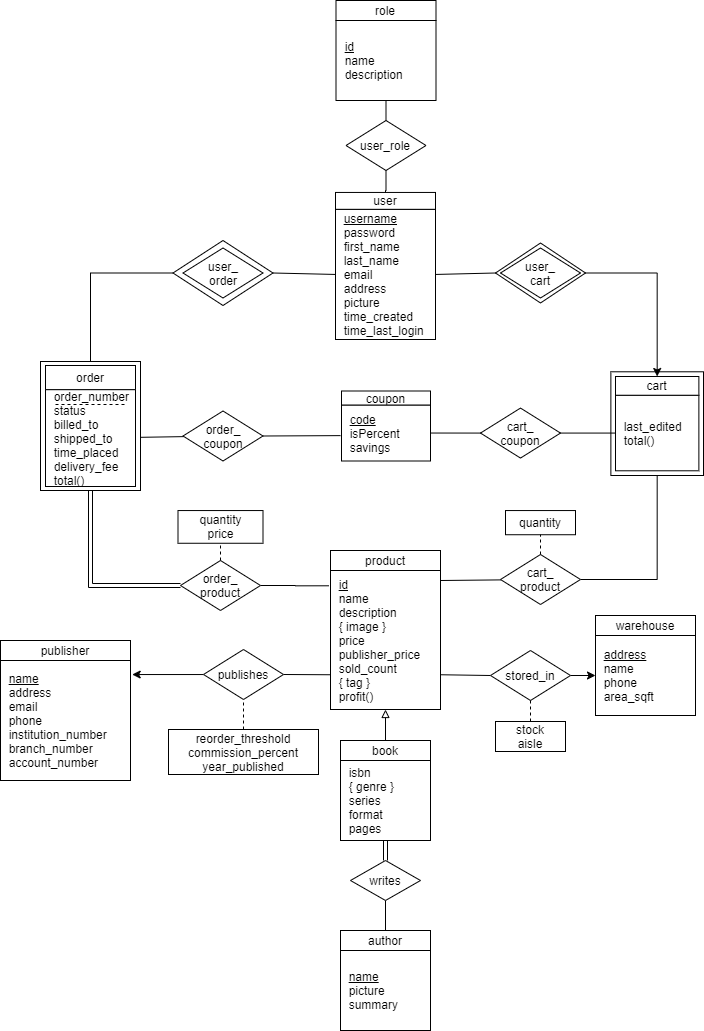
The draw.io diagram sql/images/erDiagram.png in liaocanada/online-bookstore, before a commit. Source tidied: cells renumbered, new cells last; positions are measured from the earlier drawing's top-left corner, leaving out a move shared by most shapes.
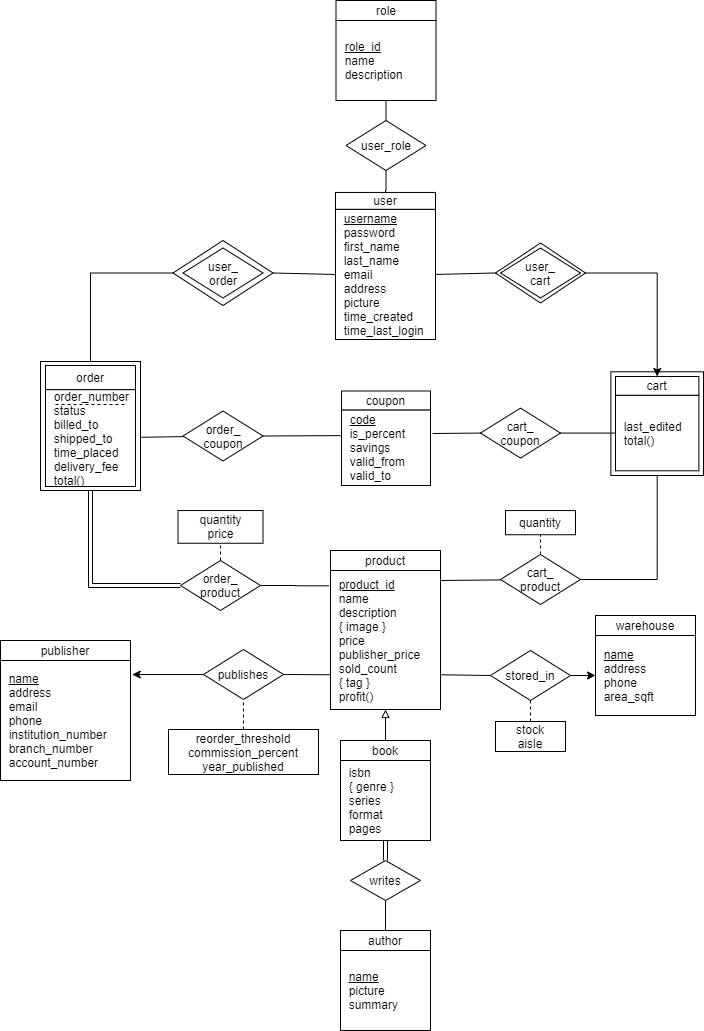
The same diagram one commit later.

Commit message:
Add attributes to coupon for ER and schema diagrams

What changed in the source:
```diff
@@ -26,7 +26,7 @@
     <mxCell id="9" value="product" style="rounded=0;whiteSpace=wrap;html=1;" parent="8" vertex="1">
       <mxGeometry width="110" height="20" as="geometry" />
     </mxCell>
-    <mxCell id="10" value="&amp;nbsp; &lt;u&gt;id&lt;/u&gt;&lt;br&gt;&amp;nbsp; name&lt;br&gt;&amp;nbsp; description&lt;br&gt;&amp;nbsp; { image }&lt;br&gt;&amp;nbsp; price&lt;br&gt;&amp;nbsp; publisher_price&lt;br&gt;&amp;nbsp; sold_count&lt;br&gt;&amp;nbsp; { tag }&lt;br&gt;&amp;nbsp; profit()" style="rounded=0;whiteSpace=wrap;html=1;align=left;" parent="8" vertex="1">
+    <mxCell id="10" value="&amp;nbsp; &lt;u&gt;product_id&lt;/u&gt;&lt;br&gt;&amp;nbsp; name&lt;br&gt;&amp;nbsp; description&lt;br&gt;&amp;nbsp; { image }&lt;br&gt;&amp;nbsp; price&lt;br&gt;&amp;nbsp; publisher_price&lt;br&gt;&amp;nbsp; sold_count&lt;br&gt;&amp;nbsp; { tag }&lt;br&gt;&amp;nbsp; profit()" style="rounded=0;whiteSpace=wrap;html=1;align=left;" parent="8" vertex="1">
       <mxGeometry y="20" width="110" height="139" as="geometry" />
     </mxCell>
     <mxCell id="11" style="group;align=left;" parent="1" vertex="1">
@@ -53,7 +53,7 @@
     <mxCell id="18" value="role" style="rounded=0;whiteSpace=wrap;html=1;" parent="17" vertex="1">
       <mxGeometry width="100" height="20" as="geometry" />
     </mxCell>
-    <mxCell id="19" value="&amp;nbsp; &lt;u&gt;id&lt;/u&gt;&lt;br&gt;&amp;nbsp; name&lt;br&gt;&amp;nbsp; description" style="rounded=0;whiteSpace=wrap;html=1;align=left;" parent="17" vertex="1">
+    <mxCell id="19" value="&amp;nbsp; &lt;u&gt;role_id&lt;/u&gt;&lt;br&gt;&amp;nbsp; name&lt;br&gt;&amp;nbsp; description" style="rounded=0;whiteSpace=wrap;html=1;align=left;" parent="17" vertex="1">
       <mxGeometry y="20" width="100" height="80" as="geometry" />
     </mxCell>
     <mxCell id="20" style="edgeStyle=orthogonalEdgeStyle;rounded=0;jettySize=auto;html=1;startArrow=none;startFill=0;endArrow=none;endFill=0;strokeWidth=1;" parent="1" edge="1" source="22" target="55">
@@ -71,7 +71,7 @@
     <mxCell id="24" value="warehouse" style="rounded=0;whiteSpace=wrap;html=1;" parent="23" vertex="1">
       <mxGeometry width="100" height="20" as="geometry" />
     </mxCell>
-    <mxCell id="25" value="&amp;nbsp; &lt;u&gt;address&lt;/u&gt;&lt;br&gt;&amp;nbsp; name&lt;br&gt;&amp;nbsp; phone&lt;br&gt;&amp;nbsp; area_sqft" style="rounded=0;whiteSpace=wrap;html=1;align=left;" parent="23" vertex="1">
+    <mxCell id="25" value="&amp;nbsp; &lt;u&gt;name&lt;/u&gt;&lt;br&gt;&amp;nbsp; address&lt;br&gt;&amp;nbsp; phone&lt;br&gt;&amp;nbsp; area_sqft" style="rounded=0;whiteSpace=wrap;html=1;align=left;" parent="23" vertex="1">
       <mxGeometry y="20" width="100" height="80" as="geometry" />
     </mxCell>
     <mxCell id="26" style="edgeStyle=orthogonalEdgeStyle;rounded=0;jettySize=auto;html=1;startArrow=none;startFill=0;endArrow=classic;endFill=1;strokeWidth=1;" parent="1" edge="1" source="28" target="25">
@@ -194,13 +194,13 @@
       <mxGeometry width="85" height="32.7" as="geometry" />
     </mxCell>
     <mxCell id="63" style="group;align=left;" parent="1" vertex="1">
-      <mxGeometry x="341" y="390.5" width="89" height="70" as="geometry" />
+      <mxGeometry x="341" y="390.5" width="89" height="94.5" as="geometry" />
     </mxCell>
-    <mxCell id="64" value="&amp;nbsp; &lt;u&gt;code&lt;/u&gt;&lt;br&gt;&amp;nbsp; isPercent&lt;br&gt;&amp;nbsp; savings" style="rounded=0;whiteSpace=wrap;html=1;align=left;" parent="63" vertex="1">
-      <mxGeometry y="14" width="89" height="56" as="geometry" />
+    <mxCell id="64" value="&amp;nbsp; &lt;u&gt;code&lt;/u&gt;&lt;br&gt;&amp;nbsp; is_percent&lt;br&gt;&amp;nbsp; savings&lt;br&gt;&amp;nbsp; valid_from&lt;br&gt;&amp;nbsp; valid_to" style="rounded=0;whiteSpace=wrap;html=1;align=left;" parent="63" vertex="1">
+      <mxGeometry y="18.9" width="89" height="75.6" as="geometry" />
     </mxCell>
     <mxCell id="65" value="coupon" style="rounded=0;whiteSpace=wrap;html=1;" parent="63" vertex="1">
-      <mxGeometry width="89" height="14" as="geometry" />
+      <mxGeometry width="89" height="18.9" as="geometry" />
     </mxCell>
     <mxCell id="66" style="edgeStyle=none;rounded=0;jettySize=auto;html=1;endArrow=none;endFill=0;strokeColor=#000000;" parent="1" edge="1" source="67" target="48">
       <mxGeometry relative="1" as="geometry" />
@@ -249,8 +249,10 @@
     <mxCell id="79" value="user_&lt;br&gt;order" style="rhombus;whiteSpace=wrap;html=1;align=center;" parent="77" vertex="1">
       <mxGeometry x="10" y="7.5" width="80" height="50" as="geometry" />
     </mxCell>
-    <mxCell id="80" style="edgeStyle=none;rounded=0;jettySize=auto;html=1;entryX=0;entryY=0.5;entryDx=0;entryDy=0;endArrow=none;endFill=0;strokeColor=#000000;" parent="1" edge="1" source="64" target="67">
-      <mxGeometry relative="1" as="geometry" />
+    <mxCell id="80" style="edgeStyle=none;rounded=0;jettySize=auto;html=1;entryX=0;entryY=0.5;entryDx=0;entryDy=0;endArrow=none;endFill=0;strokeColor=#000000;" parent="1" edge="1" target="67">
+      <mxGeometry relative="1" as="geometry">
+        <mxPoint x="432" y="433" as="sourcePoint" />
+      </mxGeometry>
     </mxCell>
     <mxCell id="81" style="edgeStyle=none;rounded=0;jettySize=auto;html=1;exitX=0;exitY=0.5;exitDx=0;exitDy=0;entryX=1;entryY=0.5;entryDx=0;entryDy=0;endArrow=none;endFill=0;strokeColor=#000000;" parent="1" edge="1" source="50" target="55">
       <mxGeometry relative="1" as="geometry" />
```
